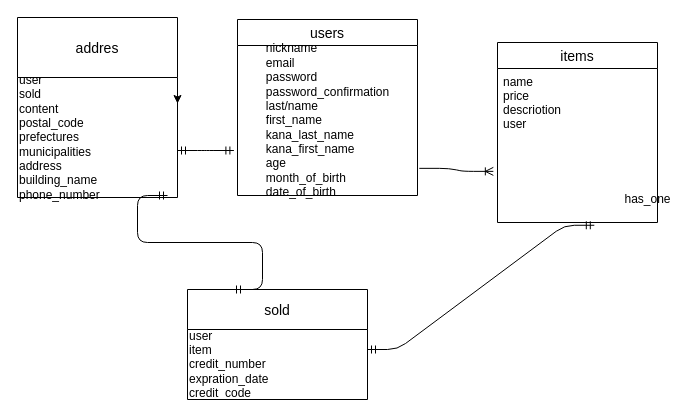
Before: test.dio in kurt196794/furima-34258, a draw.io diagram. Source tidied: cells renumbered, new cells numbered last; positions are measured from the earlier drawing's top-left corner, leaving out a move shared by most shapes. Both pictures are drawn from the tidied source at 100%, with x=0, y=0 at pixel (17, 17).
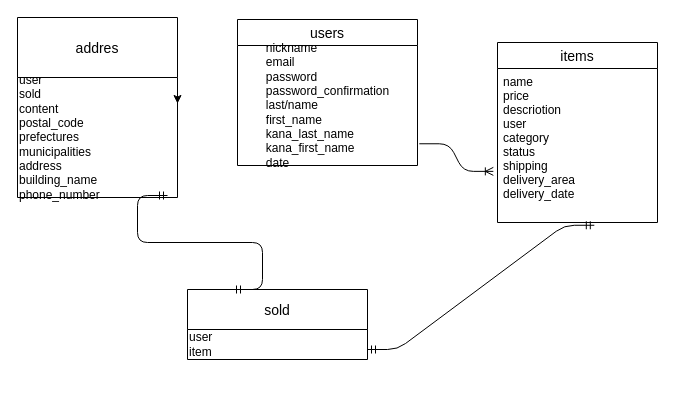
The same page after the edit.

What changed in the source:
```diff
@@
 <mxGraphModel>
   <root>
     <mxCell id="0" />
     <mxCell id="1" parent="0" />
     <mxCell id="2" value="items" style="swimlane;fontStyle=0;horizontal=1;startSize=26;align=center;fontSize=14;" parent="1" vertex="1">
       <mxGeometry x="480" y="25" width="160" height="180" as="geometry" />
     </mxCell>
-    <mxCell id="3" value="name&#10;price&#10;descriotion&#10;user" style="text;strokeColor=none;fillColor=none;spacingLeft=4;spacingRight=4;overflow=hidden;points=[[0,0.5],[1,0.5]];portConstraint=eastwest;fontSize=12;" parent="2" vertex="1">
+    <mxCell id="3" value="name&#10;price&#10;descriotion&#10;user&#10;category&#10;status&#10;shipping&#10;delivery_area&#10;delivery_date" style="text;strokeColor=none;fillColor=none;spacingLeft=4;spacingRight=4;overflow=hidden;points=[[0,0.5],[1,0.5]];portConstraint=eastwest;fontSize=12;" parent="2" vertex="1">
       <mxGeometry y="26" width="160" height="154" as="geometry" />
     </mxCell>
     <mxCell id="4" value="addres" style="swimlane;fontStyle=0;horizontal=1;startSize=60;align=center;fontSize=14;" parent="1" vertex="1">
       <mxGeometry width="160" height="180" as="geometry" />
     </mxCell>
     <mxCell id="5" style="edgeStyle=orthogonalEdgeStyle;rounded=0;orthogonalLoop=1;jettySize=auto;html=1;" parent="4" edge="1">
       <mxGeometry relative="1" as="geometry">
         <mxPoint x="160" y="66" as="sourcePoint" />
         <mxPoint x="160" y="86" as="targetPoint" />
       </mxGeometry>
     </mxCell>
     <mxCell id="6" value="user&lt;br&gt;sold&lt;br&gt;content&lt;br&gt;postal_code&lt;br&gt;prefectures&lt;br&gt;municipalities&lt;br&gt;address&lt;br&gt;building_name&lt;br&gt;phone_number" style="text;html=1;align=left;verticalAlign=middle;" parent="4" vertex="1">
       <mxGeometry y="60" width="160" height="120" as="geometry" />
     </mxCell>
     <mxCell id="7" value="sold" style="swimlane;fontStyle=0;horizontal=1;startSize=40;align=center;fontSize=14;" parent="1" vertex="1">
-      <mxGeometry x="170" y="272" width="180" height="110" as="geometry" />
+      <mxGeometry x="170" y="272" width="180" height="70" as="geometry" />
     </mxCell>
-    <mxCell id="8" value="user&lt;br&gt;item&lt;br&gt;credit_number&lt;br&gt;expration_date&lt;br&gt;credit_code" style="text;html=1;align=left;verticalAlign=middle;" parent="7" vertex="1">
-      <mxGeometry y="40" width="180" height="70" as="geometry" />
+    <mxCell id="8" value="user&lt;br&gt;item" style="text;html=1;align=left;verticalAlign=middle;" parent="7" vertex="1">
+      <mxGeometry y="40" width="180" height="30" as="geometry" />
     </mxCell>
     <mxCell id="9" value="users" style="swimlane;fontStyle=0;horizontal=1;startSize=26;align=center;fontSize=14;" parent="1" vertex="1">
-      <mxGeometry x="220" y="2" width="180" height="176" as="geometry" />
+      <mxGeometry x="220" y="2" width="180" height="146" as="geometry" />
     </mxCell>
-    <mxCell id="10" value="&lt;div style=&quot;text-align: left&quot;&gt;&lt;span&gt;nickname&lt;/span&gt;&lt;/div&gt;&lt;div style=&quot;text-align: left&quot;&gt;&lt;span&gt;email&lt;/span&gt;&lt;/div&gt;&lt;div style=&quot;text-align: left&quot;&gt;&lt;span&gt;password&lt;/span&gt;&lt;/div&gt;&lt;div style=&quot;text-align: left&quot;&gt;&lt;span&gt;password_confirmation&lt;/span&gt;&lt;/div&gt;&lt;div style=&quot;text-align: left&quot;&gt;&lt;span&gt;last/name&lt;/span&gt;&lt;/div&gt;&lt;div style=&quot;text-align: left&quot;&gt;&lt;span&gt;first_name&lt;/span&gt;&lt;/div&gt;&lt;div style=&quot;text-align: left&quot;&gt;&lt;span&gt;kana_last_name&lt;/span&gt;&lt;/div&gt;&lt;div style=&quot;text-align: left&quot;&gt;&lt;span&gt;kana_first_name&lt;/span&gt;&lt;/div&gt;&lt;div style=&quot;text-align: left&quot;&gt;&lt;span&gt;age&lt;/span&gt;&lt;/div&gt;&lt;div style=&quot;text-align: left&quot;&gt;&lt;span&gt;month_of_birth&lt;/span&gt;&lt;/div&gt;&lt;div style=&quot;text-align: left&quot;&gt;&lt;span&gt;date_of_birth&lt;/span&gt;&lt;/div&gt;" style="text;html=1;align=center;verticalAlign=middle;points=[];" parent="9" vertex="1">
-      <mxGeometry y="26" width="180" height="150" as="geometry" />
+    <mxCell id="10" value="&lt;div style=&quot;text-align: left&quot;&gt;&lt;span&gt;nickname&lt;/span&gt;&lt;/div&gt;&lt;div style=&quot;text-align: left&quot;&gt;&lt;span&gt;email&lt;/span&gt;&lt;/div&gt;&lt;div style=&quot;text-align: left&quot;&gt;&lt;span&gt;password&lt;/span&gt;&lt;/div&gt;&lt;div style=&quot;text-align: left&quot;&gt;&lt;span&gt;password_confirmation&lt;/span&gt;&lt;/div&gt;&lt;div style=&quot;text-align: left&quot;&gt;&lt;span&gt;last/name&lt;/span&gt;&lt;/div&gt;&lt;div style=&quot;text-align: left&quot;&gt;&lt;span&gt;first_name&lt;/span&gt;&lt;/div&gt;&lt;div style=&quot;text-align: left&quot;&gt;&lt;span&gt;kana_last_name&lt;/span&gt;&lt;/div&gt;&lt;div style=&quot;text-align: left&quot;&gt;&lt;span&gt;kana_first_name&lt;/span&gt;&lt;/div&gt;&lt;div style=&quot;text-align: left&quot;&gt;date&lt;/div&gt;" style="text;html=1;align=center;verticalAlign=middle;points=[];" parent="9" vertex="1">
+      <mxGeometry y="26" width="180" height="120" as="geometry" />
     </mxCell>
     <mxCell id="11" style="edgeStyle=entityRelationEdgeStyle;fontSize=12;html=1;endArrow=ERoneToMany;exitX=1.01;exitY=0.819;exitDx=0;exitDy=0;exitPerimeter=0;entryX=-0.026;entryY=0.668;entryDx=0;entryDy=0;entryPerimeter=0;" parent="1" edge="1" source="10" target="3">
       <mxGeometry relative="1" as="geometry" />
     </mxCell>
-    <mxCell id="12" value="has_one" style="text;html=1;align=center;verticalAlign=middle;" parent="1" vertex="1">
-      <mxGeometry x="600" y="172" width="60" height="20" as="geometry" />
-    </mxCell>
     <mxCell id="13" style="edgeStyle=entityRelationEdgeStyle;fontSize=12;html=1;endArrow=ERmandOne;startArrow=ERmandOne;entryX=0.605;entryY=1.018;entryDx=0;entryDy=0;entryPerimeter=0;" parent="1" edge="1" target="3">
       <mxGeometry relative="1" as="geometry">
         <mxPoint x="350" y="332" as="sourcePoint" />
       </mxGeometry>
     </mxCell>
-    <mxCell id="14" style="edgeStyle=entityRelationEdgeStyle;fontSize=12;html=1;endArrow=ERmandOne;startArrow=ERmandOne;entryX=-0.02;entryY=0.7;entryDx=0;entryDy=0;entryPerimeter=0;" parent="1" edge="1" target="10">
-      <mxGeometry relative="1" as="geometry">
-        <mxPoint x="160" y="133" as="sourcePoint" />
-      </mxGeometry>
-    </mxCell>
     <mxCell id="15" style="edgeStyle=entityRelationEdgeStyle;fontSize=12;html=1;endArrow=ERmandOne;startArrow=ERmandOne;exitX=0.25;exitY=0;exitDx=0;exitDy=0;" parent="1" edge="1" source="7">
       <mxGeometry relative="1" as="geometry">
         <mxPoint x="150" y="178" as="targetPoint" />
       </mxGeometry>
     </mxCell>
   </root>
 </mxGraphModel>
```
